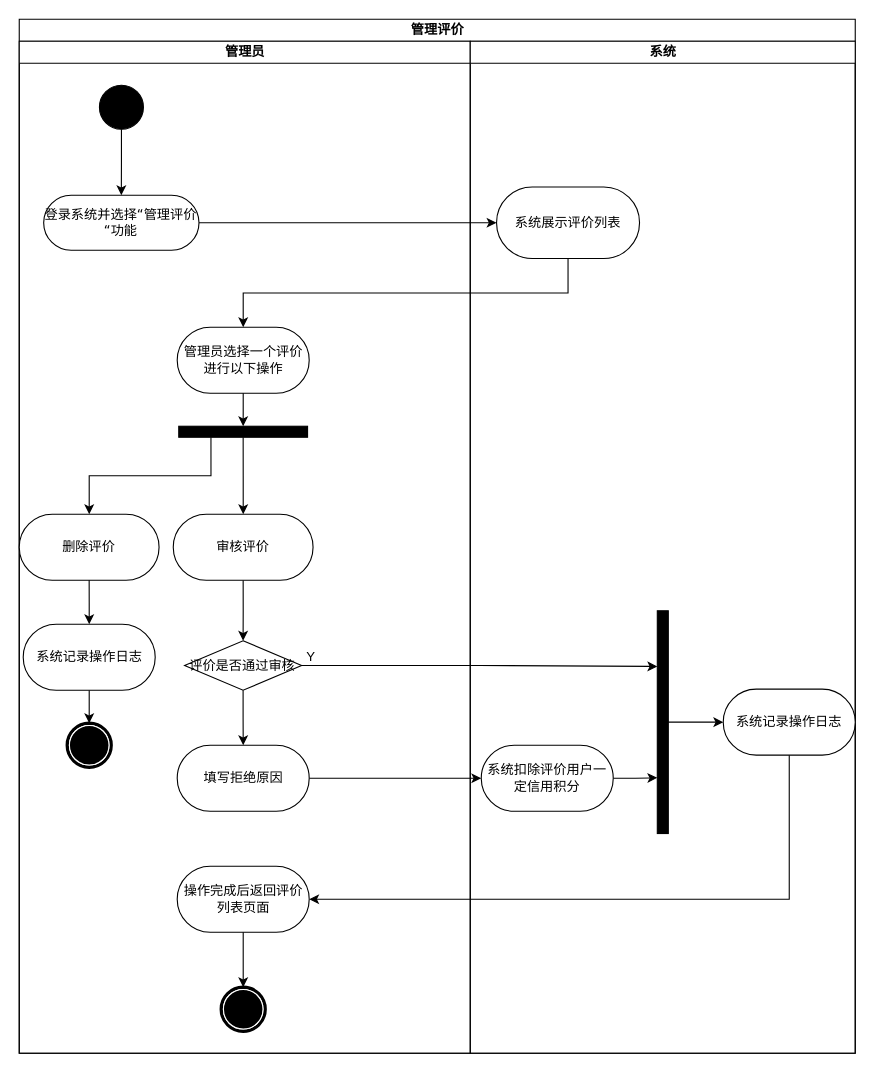
w1ntercube/TJ-SE-Design keeps this draw.io diagram as page "功能建模" (1 of 2) of 文档/需求分析规约文档/三种建模/09管理评价用例建模.drawio. Above is the earlier version. Source tidied: cells renumbered, new cells numbered last; positions are measured from the earlier drawing's top-left corner, leaving out a move shared by most shapes. Both pictures are drawn from the tidied source at 110%, with x=0, y=0 at pixel (19, 19).
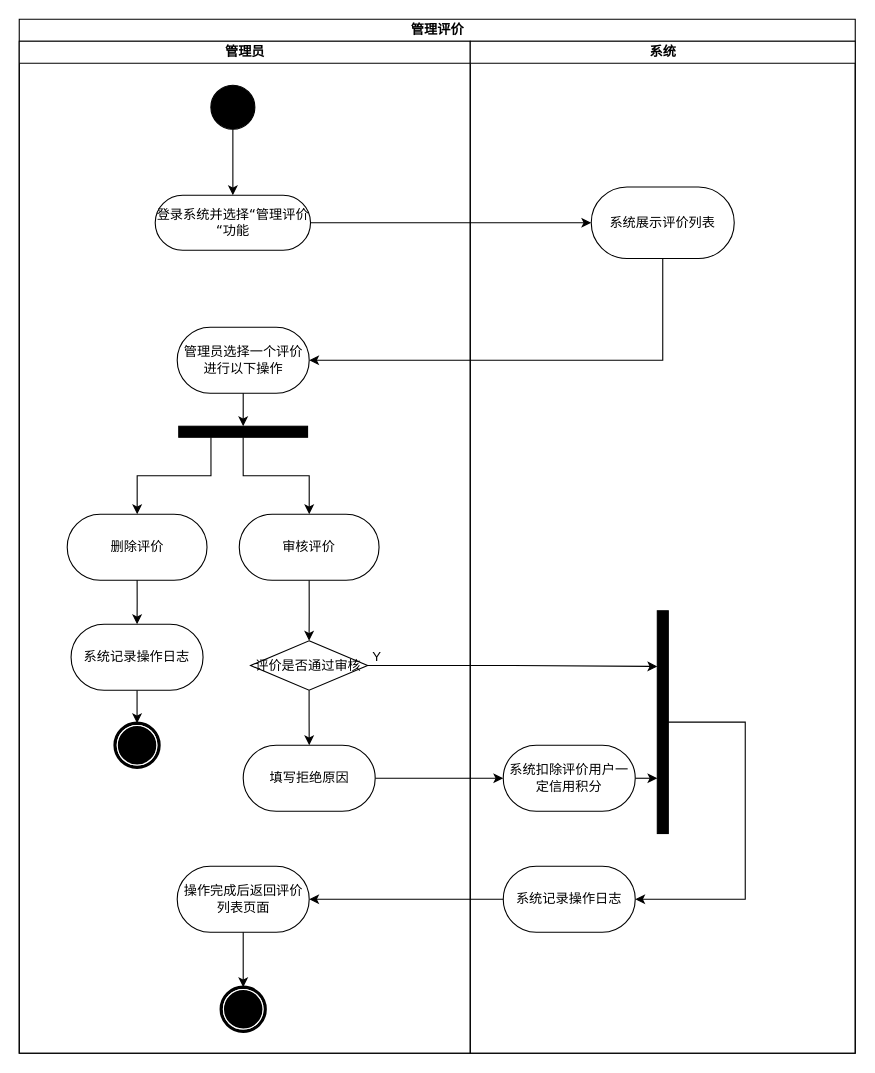
The same diagram, later.

The change refers to these unchanged cells:
```xml
<mxCell id="3" value="管理员" style="swimlane;html=1;startSize=20;" parent="2" vertex="1">
  <mxGeometry y="20" width="410" height="920" as="geometry" />
</mxCell>
<mxCell id="7" value="系统" style="swimlane;html=1;startSize=20;" parent="3" vertex="1">
  <mxGeometry x="410" width="350" height="920" as="geometry" />
</mxCell>
<mxCell id="10" style="rounded=0;whiteSpace=wrap;html=1;fontSize=12;fillColor=#000000;rotation=90;" parent="7" vertex="1">
  <mxGeometry x="73.8" y="614" width="202.5" height="10" as="geometry" />
</mxCell>
<mxCell id="13" value="管理员选择一个评价进行以下操作" style="whiteSpace=wrap;html=1;fontFamily=Verdana;rounded=1;shadow=0;comic=0;labelBackgroundColor=none;strokeWidth=1;arcSize=50;" parent="3" vertex="1">
  <mxGeometry x="143.6" y="260" width="120" height="60" as="geometry" />
</mxCell>
<mxCell id="23" value="操作完成后返回评价列表页面" style="whiteSpace=wrap;html=1;fontFamily=Verdana;rounded=1;shadow=0;comic=0;labelBackgroundColor=none;strokeWidth=1;arcSize=50;" parent="3" vertex="1">
  <mxGeometry x="143.6" y="750" width="120" height="60" as="geometry" />
</mxCell>
```

The edit, as a diff of the source:
```diff
@@
     <mxCell id="4" value="登录系统并选择“管理评价“功能" style="rounded=1;whiteSpace=wrap;html=1;shadow=0;comic=0;labelBackgroundColor=none;strokeWidth=1;fontFamily=Verdana;fontSize=12;align=center;arcSize=50;" parent="3" vertex="1">
-      <mxGeometry x="22.2" y="140" width="141.2" height="50" as="geometry" />
+      <mxGeometry x="123.6" y="140" width="141.2" height="50" as="geometry" />
     </mxCell>
@@
     <mxCell id="6" style="ellipse;whiteSpace=wrap;html=1;rounded=0;shadow=0;comic=0;labelBackgroundColor=none;strokeWidth=1;fillColor=#000000;fontFamily=Verdana;fontSize=12;align=center;" parent="3" vertex="1">
-      <mxGeometry x="72.9" y="40" width="40" height="40" as="geometry" />
+      <mxGeometry x="174.2" y="40" width="40" height="40" as="geometry" />
     </mxCell>
@@
     <mxCell id="9" value="系统扣除评价用户一定信用积分" style="whiteSpace=wrap;html=1;fontFamily=Verdana;rounded=1;shadow=0;comic=0;labelBackgroundColor=none;strokeWidth=1;arcSize=50;" parent="7" vertex="1">
-      <mxGeometry x="10" y="640" width="120" height="60" as="geometry" />
+      <mxGeometry x="30" y="640" width="120" height="60" as="geometry" />
     </mxCell>
@@
     <mxCell id="11" value="系统记录操作日志" style="whiteSpace=wrap;html=1;fontFamily=Verdana;rounded=1;shadow=0;comic=0;labelBackgroundColor=none;strokeWidth=1;arcSize=50;" parent="7" vertex="1">
-      <mxGeometry x="230" y="589" width="120" height="60" as="geometry" />
+      <mxGeometry x="30" y="750" width="120" height="60" as="geometry" />
     </mxCell>
-    <mxCell id="12" style="edgeStyle=orthogonalEdgeStyle;rounded=0;jettySize=auto;html=1;exitX=0.5;exitY=0;exitDx=0;exitDy=0;" parent="7" edge="1" source="10" target="11">
-      <mxGeometry relative="1" as="geometry" />
+    <mxCell id="12" style="edgeStyle=orthogonalEdgeStyle;rounded=0;jettySize=auto;html=1;exitX=0.5;exitY=0;exitDx=0;exitDy=0;entryX=1;entryY=0.5;entryDx=0;entryDy=0;" parent="7" edge="1" source="10" target="11">
+      <mxGeometry relative="1" as="geometry">
+        <Array as="points">
+          <mxPoint x="250" y="619" />
+          <mxPoint x="250" y="780" />
+        </Array>
+      </mxGeometry>
     </mxCell>
+    <mxCell id="33" value="系统展示评价列表" style="whiteSpace=wrap;html=1;fontFamily=Verdana;rounded=1;shadow=0;comic=0;labelBackgroundColor=none;strokeWidth=1;arcSize=50;" parent="7" vertex="1">
+      <mxGeometry x="110" y="132.5" width="130" height="65" as="geometry" />
+    </mxCell>
@@
     <mxCell id="19" value="删除评价" style="whiteSpace=wrap;html=1;fontFamily=Verdana;rounded=1;shadow=0;comic=0;labelBackgroundColor=none;strokeWidth=1;arcSize=50;" parent="3" vertex="1">
-      <mxGeometry y="430" width="127.1" height="60" as="geometry" />
+      <mxGeometry x="43.6" y="430" width="127.1" height="60" as="geometry" />
     </mxCell>
@@
     <mxCell id="21" value="审核评价" style="whiteSpace=wrap;html=1;fontFamily=Verdana;rounded=1;shadow=0;comic=0;labelBackgroundColor=none;strokeWidth=1;arcSize=50;" parent="3" vertex="1">
-      <mxGeometry x="140" y="430" width="127.1" height="60" as="geometry" />
+      <mxGeometry x="200" y="430" width="127.1" height="60" as="geometry" />
     </mxCell>
     <mxCell id="22" style="shape=mxgraph.bpmn.shape;html=1;verticalLabelPosition=bottom;labelBackgroundColor=#ffffff;verticalAlign=top;perimeter=ellipsePerimeter;outline=end;symbol=terminate;rounded=0;shadow=0;comic=0;strokeWidth=1;fontFamily=Verdana;fontSize=12;align=center;" parent="3" vertex="1">
-      <mxGeometry x="43.6" y="620" width="40" height="40" as="geometry" />
+      <mxGeometry x="87.1" y="620" width="40" height="40" as="geometry" />
     </mxCell>
@@
     <mxCell id="26" value="评价是否通过审核" style="rhombus;whiteSpace=wrap;html=1;" parent="3" vertex="1">
-      <mxGeometry x="150.3" y="545" width="106.4" height="45" as="geometry" />
+      <mxGeometry x="210.3" y="545" width="106.4" height="45" as="geometry" />
     </mxCell>
@@
     <mxCell id="28" value="填写拒绝原因" style="whiteSpace=wrap;html=1;fontFamily=Verdana;rounded=1;shadow=0;comic=0;labelBackgroundColor=none;strokeWidth=1;arcSize=50;" parent="3" vertex="1">
-      <mxGeometry x="143.6" y="640" width="120" height="60" as="geometry" />
+      <mxGeometry x="203.6" y="640" width="120" height="60" as="geometry" />
     </mxCell>
     <mxCell id="29" value="系统记录操作日志" style="whiteSpace=wrap;html=1;fontFamily=Verdana;rounded=1;shadow=0;comic=0;labelBackgroundColor=none;strokeWidth=1;arcSize=50;" parent="3" vertex="1">
-      <mxGeometry x="3.6" y="530" width="120" height="60" as="geometry" />
+      <mxGeometry x="47.1" y="530" width="120" height="60" as="geometry" />
     </mxCell>
@@
     <mxCell id="31" value="Y" style="text;html=1;align=center;verticalAlign=middle;strokeColor=none;fillColor=none;" parent="3" vertex="1">
-      <mxGeometry x="250" y="545" width="30" height="30" as="geometry" />
+      <mxGeometry x="310" y="545" width="30" height="30" as="geometry" />
     </mxCell>
-    <mxCell id="32" style="edgeStyle=orthogonalEdgeStyle;rounded=0;jettySize=auto;html=1;exitX=0.5;exitY=1;exitDx=0;exitDy=0;entryX=1;entryY=0.5;entryDx=0;entryDy=0;" parent="3" edge="1" source="11" target="23">
-      <mxGeometry relative="1" as="geometry" />
-    </mxCell>
-    <mxCell id="33" value="系统展示评价列表" style="whiteSpace=wrap;html=1;fontFamily=Verdana;rounded=1;shadow=0;comic=0;labelBackgroundColor=none;strokeWidth=1;arcSize=50;" parent="1" vertex="1">
-      <mxGeometry x="433.9" y="152.5" width="130" height="65" as="geometry" />
-    </mxCell>
-    <mxCell id="34" style="edgeStyle=orthogonalEdgeStyle;rounded=0;jettySize=auto;html=1;" parent="1" edge="1" source="4" target="33">
+    <mxCell id="34" style="edgeStyle=orthogonalEdgeStyle;rounded=0;jettySize=auto;html=1;" parent="3" edge="1" source="4" target="33">
       <mxGeometry relative="1" as="geometry" />
     </mxCell>
-    <mxCell id="35" style="edgeStyle=orthogonalEdgeStyle;rounded=0;jettySize=auto;html=1;exitX=0.5;exitY=1;exitDx=0;exitDy=0;" parent="1" edge="1" source="33" target="13">
+    <mxCell id="35" style="edgeStyle=orthogonalEdgeStyle;rounded=0;jettySize=auto;html=1;exitX=0.5;exitY=1;exitDx=0;exitDy=0;entryX=1;entryY=0.5;entryDx=0;entryDy=0;" parent="3" edge="1" source="33" target="13">
       <mxGeometry relative="1" as="geometry" />
     </mxCell>
+    <mxCell id="32" style="edgeStyle=orthogonalEdgeStyle;rounded=0;jettySize=auto;html=1;entryX=1;entryY=0.5;entryDx=0;entryDy=0;" parent="3" edge="1" source="11" target="23">
+      <mxGeometry relative="1" as="geometry" />
+    </mxCell>
```
